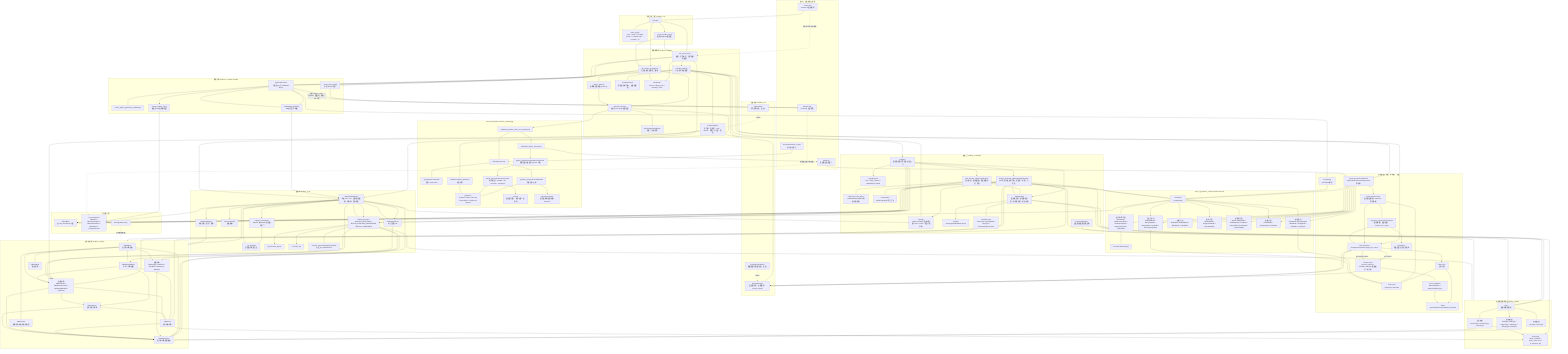
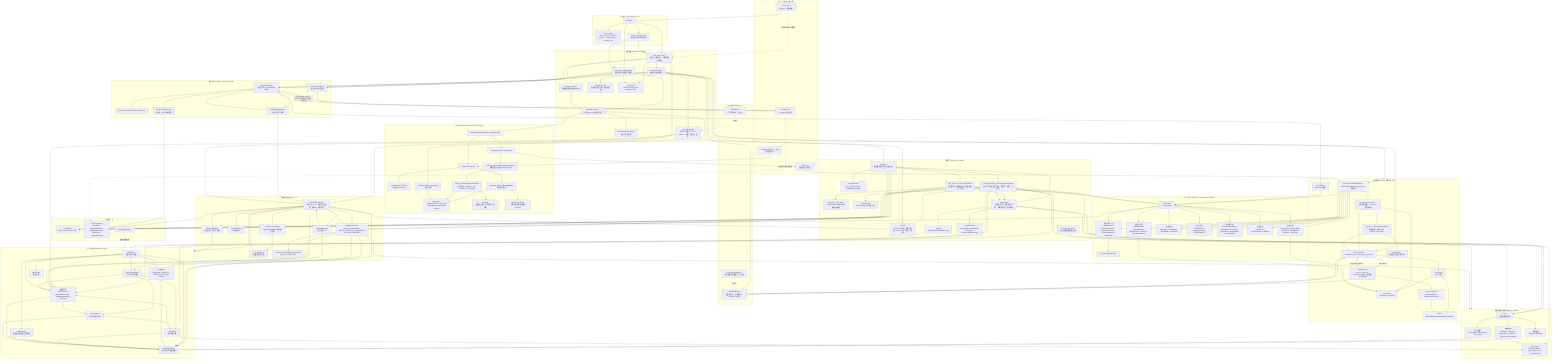
flowchart TD
    %% Verbose-C 项目模块与类关系总览

    subgraph Inputs["输入、语法和调试产物"]
        Src["tests/*.vbc<br/>Verbose-C 源码样例"]
        GrammarFile["Grammar/verbose_c.gram<br/>语言语法定义"]
        GeneratedParserFile["parser.py<br/>生成的语言解析器"]
        Dumps["dumps/*.md<br/>CLI dump 调试报告"]
    end

    subgraph CLI["命令行入口层 verbose_c.cli"]
        CliMain["cli.main()"]
        ParseArgs["parse_args()<br/>--log / --dump / --compile-parser / --compile-only / --no-warn / -rp"]
        ParseModuleSets["_parse_module_sets()<br/>校验 log/dump 模块名"]
    end

    subgraph Engine["编译编排层 verbose_c.engine"]
        RunSourceFile["run_source_file()<br/>编译、可选执行、异常处理总编排"]
        RunParserGen["run_parser_generation()<br/>语法文件生成解析器编排"]
        CompileModule["compile_module()<br/>单文件分阶段编译"]
        GenerateParser["generate_parser()<br/>生成 parser.py 并校验语法"]
        EnsureParser["ensure_parser()<br/>按需生成或加载 parser.py"]
        CompileContext["CompileContext<br/>各阶段中间产物，失败时保留"]
        RunResult["RunResult<br/>success / dump_path / warnings / error"]
        ParserGenerationReport["ParserGenerationReport<br/>解析器生成报告"]
        CompilerOutput["CompilerOutput<br/>字节码、常量池、AST、tokens、标签、行号表、警告"]
    end

    subgraph Recorder["输出记录 verbose_c.engine.recorder"]
        PipelineRecorder["PipelineRecorder<br/>分阶段 log 与 markdown dump"]
        CreateDumpPath["create_dump_path()<br/>生成 dumps 路径"]
        FormatParserMd["format_parser_generation_markdown()"]
        FormatRuntimeError["format_runtime_error()<br/>格式化 VM 调用栈错误"]
        VmLogCollector["VmDebugLogCollector<br/>VM 调试日志收集"]
    end

    subgraph FS["文件系统 verbose_c.fs"]
        SourceManager["SourceManager<br/>路径规范化、文件缓存、resolve_include"]
        ArtifactStore["ArtifactStore<br/>字节码持久化（占位）"]
        IncrementalCompiler["IncrementalCompiler<br/>增量编译与依赖追踪（占位）"]
    end

    subgraph PPG["Parser Generator verbose_c.parser.ppg"]
        PPGTokenizer["ppg.tokenizer.Tokenizer<br/>读取 .gram token"]
        GrammarParser["grammar_parser.GeneratedParser<br/>解析语法文件"]
        GrammarModel["grammar.*<br/>Grammar / Rule / Rhs / Alt / NamedItem / Lookahead / Repeat"]
        ParserGeneratorBase["parser_generator.ParserGenerator<br/>规则检查、nullable、left recursive、first graph"]
        PythonParserGenerator["python_generator.PythonParserGenerator<br/>把语法规则生成为 Python 代码"]
        Validator["validator.validate_grammar()<br/>语法校验"]
        SCCUtils["sccutils<br/>强连通分量、拓扑排序、环检测"]
        PPGParserBase["ppg.parser.Parser<br/>语法文件解析基类和 memoize"]
        BuildParser["build.build_parser()"]
        BuildPythonGenerator["build.build_python_generator()"]
        BuildAll["build.build_python_parser_and_generator()"]
    end

    subgraph Frontend["源码前端：词法、预处理、语法"]
        SourceLexer["lexer.Lexer<br/>正则分词"]
        Tokenizer["lexer.Tokenizer<br/>peek/getnext/mark/reset/get_line_source"]
        Token["Token<br/>type/value/line/column/path/is_keyword"]
        LexerEnum["lexer.enum<br/>TokenType / Operator"]
        Preprocessor["Preprocessor<br/>process_tokens()：#include / #define / 函数式宏 / 续行宏"]
        MacroDef["macro_definition<br/>MacroDefinition / MacroDefinitionType"]
        ParserBase["parser.parser.Parser<br/>语言解析基类、memoize、错误收集"]
        ParseError["ParseError<br/>解析错误详情与规则栈"]
        ErrorCollector["ppg.error_collector.ErrorCollector<br/>期望收集、最远位置、format_error_report"]
        AstDump["ast_dump()<br/>AST dump 输出"]
        GeneratedParser["parser.py::GeneratedParser<br/>start/module/statement/expression 等规则"]
    end

    subgraph AST["AST 节点 verbose_c.parser.parser.ast.node"]
        ASTNode["ASTNode<br/>accept(visitor)"]
        BasicNodes["基础节点<br/>NameNode / NumberNode / BoolNode / StringNode / NullNode / TypeNode"]
        ExpressionNodes["表达式节点<br/>UnaryOpNode / BinaryOpNode / RangeNode / CastNode / ParenOrCastNode"]
        StructureNodes["结构节点<br/>RootNode / ModuleNode / BlockNode / LabelNode"]
        StatementNodes["语句节点<br/>VarDeclNode / AssignmentNode / ExprStmtNode"]
        ControlNodes["控制流节点<br/>IfNode / WhileNode / DoWhileNode / ForNode / ReturnNode / BreakNode / ContinueNode"]
        FunctionNodes["函数节点<br/>ParamNode / FunctionNode / CallNode"]
        ClassAstNodes["类与对象节点<br/>ClassNode / NewInstanceNode / GetPropertyNode / SetPropertyNode / SuperNode"]
        AstEnum["ast.enum.AttributeType"]
    end

    subgraph CompilerLayer["编译器 verbose_c.compiler"]
        Compiler["Compiler<br/>类型检查和字节码生成总入口"]
        CompilerPass["CompilerPass<br/>ALL / TYPE_CHECK / GENERATE_CODE"]
        TypeChecker["type_checker_visitor.TypeChecker<br/>语义检查、类型推断、隐式转换标记、告警"]
        BuiltinTypeMap["BUILTIN_TYPE_MAP<br/>void/int/float/string/bool 等编译时类型"]
        OpcodeGenerator["opcode_generator_visitor.OpcodeGenerator<br/>AST 访问并生成字节码、常量池、标签、行号表"]
        LoopContext["LoopContext<br/>break/continue 标签上下文"]
        Opcode["Opcode<br/>LOAD / STORE / 算术 / 跳转 / CALL / CAST / 指针 / 类对象"]
        SymbolTable["SymbolTable<br/>值命名空间、类型命名空间、嵌套作用域、局部地址"]
        Symbol["Symbol<br/>name/type/kind/address/scope"]
        CompilerEnums["compiler.enum<br/>ScopeType / SymbolKind / LoopType / FunctionSignatureType"]
        FunctionSignature["FunctionSignature<br/>旧式/辅助函数签名结构"]
    end

    subgraph TypeSystem["编译期类型系统 verbose_c.typing"]
        TypeBase["Type<br/>编译时类型基类"]
        PrimitiveTypes["基础类型<br/>VoidType / NullType / IntegerType / FloatType / StringType / BoolType"]
        CompositeTypes["复合类型<br/>PointerType / FunctionType / ClassType"]
        SpecialTypes["特殊类型<br/>AnyType / ErrorType"]
        ClassTypeDetails["ClassType<br/>fields / methods / super_class / mro / is_subclass_of()"]
    end

    subgraph VM["虚拟机 verbose_c.vm"]
        VBCVM["VBCVirtualMachine<br/>栈式 VM、PC、全局/局部变量、调用栈、指令循环"]
        RegisterInstruction["register_instruction()<br/>Opcode 到 handler 的注册装饰器"]
        VMHandlers["_vm_handlers<br/>全局指令处理器表"]
        Stack["utils.stack.Stack<br/>操作数栈"]
        MemoryManager["MemoryManager<br/>地址分配、读写、释放"]
        GC["GarbageCollector<br/>标记-清除 GC"]
        BuiltinsModule["builtins_functions<br/>BUILTIN_FUNCTIONS / BUILTIN_FUNCTION_SIGNATURES / BUILTIN_CONSTANTS"]
-         BuiltinTypeof["typeof.native_typeof"]
-         BuiltinLen["len.native_len"]
        BuiltinIO["io.native_open/read/write/close/lseek<br/>以及 IO_CONSTANTS"]
    end

    subgraph RuntimeObjects["运行时对象 verbose_c.object"]
        VBCObject["VBCObject<br/>运行时对象基类"]
        VBCObjectWithGC["VBCObjectWithGC<br/>可 GC 对象基类"]
        ObjectEnum["VBCObjectType<br/>运行时对象类型枚举"]
        PrimitiveObjects["基础对象<br/>VBCInteger / VBCFloat / VBCBool / VBCString / VBCNull"]
        PointerObject["VBCPointer<br/>模拟指针地址和目标类型"]
        FunctionObjects["函数对象<br/>VBCFunction / VBCNativeFunction / VBCBoundMethod / CallFrame"]
        ClassObject["VBCClass<br/>运行时类对象"]
        InstanceObject["VBCInstance<br/>运行时实例对象"]
        ModuleObject["VBCModule<br/>模块对象"]
    end

    subgraph ErrorsAndUtils["错误和工具"]
        VisitorBase["VisitorBase<br/>按 visit_ClassName 分发"]
        Errors["error.exceptions<br/>VBCError / VBCCompileError / VBCRuntimeError / VBCIOError / TracebackFrame"]
        Algorithm["utils.algorithm.hash_"]
    end

    %% CLI 分发
    Src --> CliMain
    CliMain --> ParseArgs
    CliMain --> ParseModuleSets
    CliMain --> RunSourceFile
    CliMain --> RunParserGen
    ParseModuleSets --> RunSourceFile
    ParseModuleSets --> RunParserGen

    %% Engine 总编排
    RunSourceFile --> PipelineRecorder
    RunSourceFile --> CompileModule
    RunSourceFile --> VBCVM
    RunSourceFile --> RunResult
    RunParserGen --> PipelineRecorder
    RunParserGen --> GenerateParser
    RunParserGen --> RunResult
    RunSourceFile --> CreateDumpPath
    RunParserGen --> CreateDumpPath
    CreateDumpPath --> Dumps

    %% Recorder 输出
    PipelineRecorder --> FormatParserMd
    PipelineRecorder --> FormatRuntimeError
    PipelineRecorder --> VmLogCollector
    PipelineRecorder --> AstDump
    PipelineRecorder --> Dumps
    FormatRuntimeError --> Errors
    VmLogCollector --> PipelineRecorder
    VmLogCollector --> VBCVM

    %% compile_module 分阶段流水线
    CompileModule --> EnsureParser
    EnsureParser --> GenerateParser
    CompileModule --> SourceManager
    CompileModule --> CompileContext
    CompileModule --> CompilerOutput
    CompileModule --> PipelineRecorder
    SourceManager --> Tokenizer
    Tokenizer --> SourceLexer
    SourceLexer --> Token
    SourceLexer --> LexerEnum
    CompileModule --> Tokenizer
    Tokenizer -->|raw_tokens| Preprocessor
    Preprocessor -->|processed_tokens| Tokenizer
    Preprocessor --> SourceManager
    Preprocessor --> MacroDef
    MacroDef --> Token
    CompileModule --> GeneratedParser
    GeneratedParserFile --> GeneratedParser
    GeneratedParser --> ParserBase
    ParserBase --> Tokenizer
    ParserBase --> ErrorCollector
    ParserBase --> LexerEnum
    ErrorCollector --> ParseError
    ErrorCollector --> Tokenizer
    Tokenizer --> SourceManager
    GeneratedParser --> ASTNode
    GeneratedParser --> BasicNodes
    GeneratedParser --> ExpressionNodes
    GeneratedParser --> StructureNodes
    GeneratedParser --> StatementNodes
    GeneratedParser --> ControlNodes
    GeneratedParser --> FunctionNodes
    GeneratedParser --> ClassAstNodes

    %% Parser Generator
    GenerateParser --> ParserGenerationReport
    GenerateParser --> BuildAll
    GrammarFile --> BuildParser
    BuildAll --> BuildParser
    BuildAll --> BuildPythonGenerator
    BuildParser --> PPGTokenizer
    BuildParser --> GrammarParser
    GrammarParser --> PPGParserBase
    GrammarParser --> GrammarModel
    BuildPythonGenerator --> PythonParserGenerator
    PythonParserGenerator --> ParserGeneratorBase
    ParserGeneratorBase --> GrammarModel
    ParserGeneratorBase --> SCCUtils
    BuildPythonGenerator --> GeneratedParserFile
    GenerateParser --> Validator
    Validator --> GrammarModel

    %% AST
    AstDump --> ASTNode
    ASTNode --> BasicNodes
    ASTNode --> ExpressionNodes
    ASTNode --> StructureNodes
    ASTNode --> StatementNodes
    ASTNode --> ControlNodes
    ASTNode --> FunctionNodes
    ASTNode --> ClassAstNodes
    ASTNode --> VisitorBase
    BasicNodes --> LexerEnum
    ExpressionNodes --> LexerEnum
    ClassAstNodes --> AstEnum

    %% Compiler
    CompileModule --> Compiler
    Compiler --> CompilerPass
    Compiler --> SymbolTable
    Compiler --> TypeChecker
    Compiler --> OpcodeGenerator
    Compiler --> BuiltinsModule
    Compiler --> Errors
    TypeChecker --> VisitorBase
    OpcodeGenerator --> VisitorBase
    TypeChecker --> ASTNode
    OpcodeGenerator --> ASTNode
    TypeChecker --> SymbolTable
    OpcodeGenerator --> SymbolTable
    TypeChecker --> BuiltinTypeMap
    TypeChecker --> TypeBase
    TypeChecker --> Errors
    OpcodeGenerator --> Opcode
    OpcodeGenerator --> LoopContext
    OpcodeGenerator --> RuntimeObjects
    OpcodeGenerator --> TypeSystem
    OpcodeGenerator --> FunctionObjects
    OpcodeGenerator --> ClassObject
    SymbolTable --> Symbol
    SymbolTable --> CompilerEnums
    SymbolTable --> TypeBase
    SymbolTable --> ClassTypeDetails
    FunctionSignature --> TypeBase

    %% Type System
    TypeBase --> PrimitiveTypes
    TypeBase --> CompositeTypes
    TypeBase --> SpecialTypes
    CompositeTypes --> ClassTypeDetails
    PrimitiveTypes --> ObjectEnum
    CompositeTypes --> ObjectEnum

    %% VM 执行
    CompilerOutput --> Opcode
    CompilerOutput --> VBCVM
    CompilerOutput --> FunctionObjects
    VBCVM --> RegisterInstruction
    RegisterInstruction --> VMHandlers
    VBCVM --> VMHandlers
    VBCVM --> Opcode
    VBCVM --> Stack
    VBCVM --> MemoryManager
    VBCVM --> GC
    VBCVM --> BuiltinsModule
    VBCVM --> FunctionObjects
    VBCVM --> RuntimeObjects
    VBCVM --> Errors
    VBCVM --> ObjectEnum
    GC --> VBCVM
    GC --> VBCObjectWithGC
    MemoryManager --> RuntimeObjects

    %% Builtins
-     BuiltinsModule --> BuiltinTypeof
-     BuiltinsModule --> BuiltinLen
    BuiltinsModule --> BuiltinIO
    BuiltinsModule --> FunctionObjects
    BuiltinsModule --> TypeSystem
    BuiltinsModule --> PrimitiveObjects
    BuiltinsModule --> ObjectEnum
    Compiler --> BuiltinsModule
    VBCVM --> BuiltinsModule

    %% Runtime Objects
    VBCObject --> VBCObjectWithGC
    VBCObject --> PrimitiveObjects
    VBCObject --> PointerObject
    VBCObject --> FunctionObjects
    VBCObjectWithGC --> FunctionObjects
    VBCObjectWithGC --> ClassObject
    VBCObjectWithGC --> InstanceObject
    VBCObject --> ModuleObject
    VBCObject --> ObjectEnum
    PrimitiveObjects --> ObjectEnum
    PointerObject --> ObjectEnum
    FunctionObjects --> ObjectEnum
    ClassObject --> ObjectEnum
    InstanceObject --> ObjectEnum
    ClassObject --> FunctionObjects
    ClassObject --> ClassTypeDetails
    InstanceObject --> ClassObject
    FunctionObjects --> InstanceObject

    %% FS 占位模块（未来接入）
    ArtifactStore -.->|TODO| CompilerOutput
    IncrementalCompiler -.->|TODO| SourceManager

  %% 注释性虚线关系
    Dumps -.->|记录 tokens、AST、opcode、常量池、标签、VM 日志| PipelineRecorder
    Dumps -.->|辅助定位运行时错误| Errors
    Src -.->|作为命令行测试输入| RunSourceFile
    Algorithm -.->|通用辅助函数| RuntimeObjects
